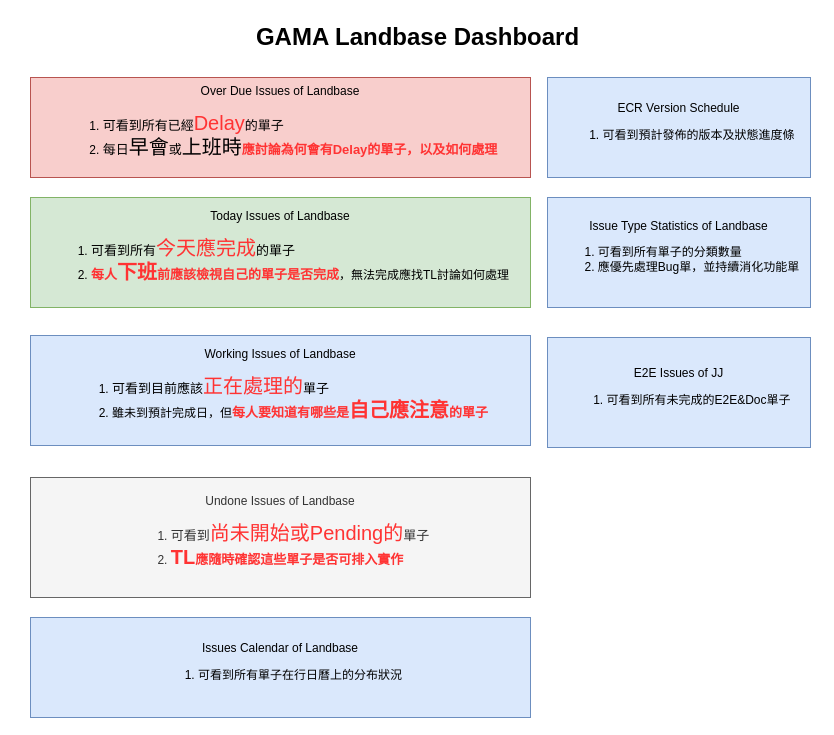
This is Landbase Dashbase.drawio from pingle1202/JiraFlow, a draw.io file, before an edit. Source tidied: cells renumbered, new cells numbered last; positions are measured from the earlier drawing's top-left corner, leaving out a move shared by most shapes. Both pictures are drawn from the tidied source at 100%, with x=0, y=0 at pixel (17, 17).
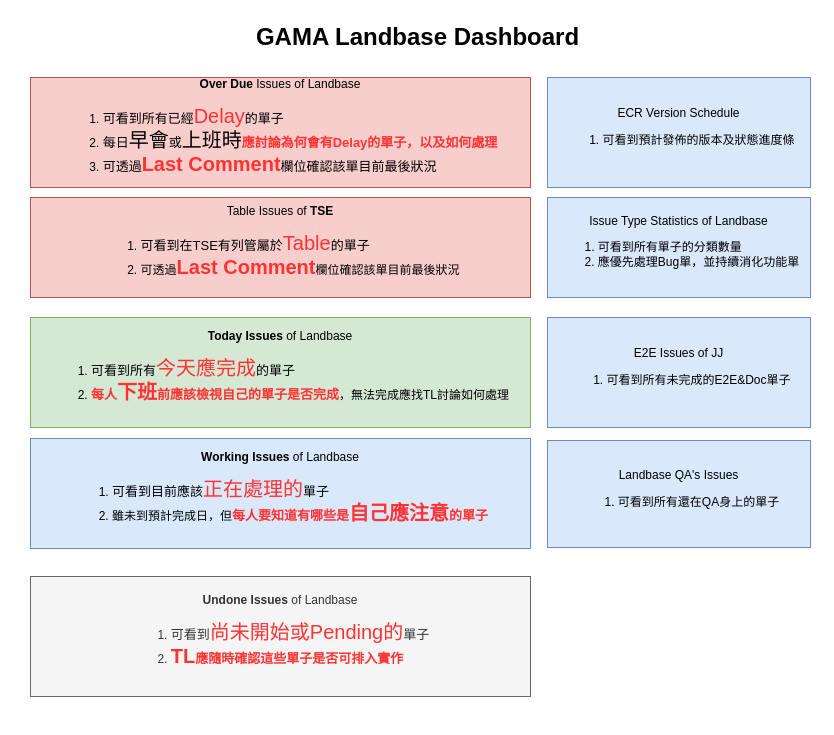
The same diagram, later.

The edit, as a diff of the source:
```diff
@@
 <mxGraphModel>
   <root>
     <mxCell id="0" />
     <mxCell id="1" parent="0" />
-    <mxCell id="2" value="Over Due Issues of Landbase&lt;br&gt;&lt;ol&gt;&lt;li style=&quot;text-align: left&quot;&gt;&lt;span style=&quot;font-size: 13px&quot;&gt;可看到所有已經&lt;/span&gt;&lt;font style=&quot;font-size: 20px&quot; color=&quot;#ff3333&quot;&gt;Delay&lt;/font&gt;&lt;span style=&quot;font-size: 13px&quot;&gt;的單子&lt;/span&gt;&lt;/li&gt;&lt;li style=&quot;text-align: left&quot;&gt;&lt;span style=&quot;font-size: 13px&quot;&gt;每日&lt;/span&gt;&lt;font style=&quot;font-size: 20px&quot;&gt;早會&lt;/font&gt;&lt;span style=&quot;font-size: 13px&quot;&gt;或&lt;/span&gt;&lt;font style=&quot;font-size: 20px&quot;&gt;上班時&lt;/font&gt;&lt;font color=&quot;#ff3333&quot; style=&quot;font-size: 13px&quot;&gt;&lt;b&gt;應討論為何會有Delay的單子，以及如何處理&lt;/b&gt;&lt;/font&gt;&lt;/li&gt;&lt;/ol&gt;" style="rounded=0;whiteSpace=wrap;html=1;fillColor=#f8cecc;strokeColor=#b85450;" parent="1" vertex="1">
-      <mxGeometry x="13" y="60" width="500" height="100" as="geometry" />
+    <mxCell id="2" value="&lt;b&gt;Over Due&lt;/b&gt; Issues of Landbase&lt;br&gt;&lt;ol&gt;&lt;li style=&quot;text-align: left&quot;&gt;&lt;span style=&quot;font-size: 13px&quot;&gt;可看到所有已經&lt;/span&gt;&lt;font style=&quot;font-size: 20px&quot; color=&quot;#ff3333&quot;&gt;Delay&lt;/font&gt;&lt;span style=&quot;font-size: 13px&quot;&gt;的單子&lt;/span&gt;&lt;/li&gt;&lt;li style=&quot;text-align: left&quot;&gt;&lt;span style=&quot;font-size: 13px&quot;&gt;每日&lt;/span&gt;&lt;font style=&quot;font-size: 20px&quot;&gt;早會&lt;/font&gt;&lt;span style=&quot;font-size: 13px&quot;&gt;或&lt;/span&gt;&lt;font style=&quot;font-size: 20px&quot;&gt;上班時&lt;/font&gt;&lt;font color=&quot;#ff3333&quot; style=&quot;font-size: 13px&quot;&gt;&lt;b&gt;應討論為何會有Delay的單子，以及如何處理&lt;/b&gt;&lt;/font&gt;&lt;/li&gt;&lt;li style=&quot;text-align: left&quot;&gt;&lt;span style=&quot;font-size: 13px&quot;&gt;可透過&lt;b style=&quot;font-size: 12px&quot;&gt;&lt;font color=&quot;#ff3333&quot; style=&quot;font-size: 20px&quot;&gt;Last Comment&lt;/font&gt;&lt;/b&gt;欄位確認該單目前最後狀況&lt;/span&gt;&lt;/li&gt;&lt;/ol&gt;" style="rounded=0;whiteSpace=wrap;html=1;fillColor=#f8cecc;strokeColor=#b85450;" parent="1" vertex="1">
+      <mxGeometry x="13" y="60" width="500" height="110" as="geometry" />
     </mxCell>
     <mxCell id="3" value="ECR Version Schedule&lt;br&gt;&lt;div style=&quot;text-align: left&quot;&gt;&lt;ol&gt;&lt;li&gt;可看到預計發佈的版本及狀態進度條&lt;/li&gt;&lt;/ol&gt;&lt;/div&gt;" style="rounded=0;whiteSpace=wrap;html=1;fillColor=#dae8fc;strokeColor=#6c8ebf;" parent="1" vertex="1">
-      <mxGeometry x="530" y="60" width="263" height="100" as="geometry" />
+      <mxGeometry x="530" y="60" width="263" height="110" as="geometry" />
     </mxCell>
-    <mxCell id="4" value="Today Issues of Landbase&lt;br&gt;&lt;ol&gt;&lt;li style=&quot;text-align: left&quot;&gt;&lt;span style=&quot;font-size: 13px&quot;&gt;可看到所有&lt;/span&gt;&lt;font style=&quot;font-size: 20px&quot; color=&quot;#ff3333&quot;&gt;今天應完成&lt;/font&gt;&lt;span style=&quot;font-size: 13px&quot;&gt;的單子&lt;/span&gt;&lt;/li&gt;&lt;li style=&quot;text-align: left&quot;&gt;&lt;font color=&quot;#ff3333&quot;&gt;&lt;b&gt;&lt;span style=&quot;font-size: 13px&quot;&gt;每人&lt;/span&gt;&lt;font style=&quot;font-size: 20px&quot;&gt;下班&lt;/font&gt;&lt;span style=&quot;font-size: 13px&quot;&gt;前應該檢視自己的單子是否完成&lt;/span&gt;&lt;/b&gt;&lt;/font&gt;，無法完成應找TL討論如何處理&lt;/li&gt;&lt;/ol&gt;" style="rounded=0;whiteSpace=wrap;html=1;fillColor=#d5e8d4;strokeColor=#82b366;" parent="1" vertex="1">
-      <mxGeometry x="13" y="180" width="500" height="110" as="geometry" />
+    <mxCell id="4" value="&lt;b&gt;Today Issues&lt;/b&gt; of Landbase&lt;br&gt;&lt;ol&gt;&lt;li style=&quot;text-align: left&quot;&gt;&lt;span style=&quot;font-size: 13px&quot;&gt;可看到所有&lt;/span&gt;&lt;font style=&quot;font-size: 20px&quot; color=&quot;#ff3333&quot;&gt;今天應完成&lt;/font&gt;&lt;span style=&quot;font-size: 13px&quot;&gt;的單子&lt;/span&gt;&lt;/li&gt;&lt;li style=&quot;text-align: left&quot;&gt;&lt;font color=&quot;#ff3333&quot;&gt;&lt;b&gt;&lt;span style=&quot;font-size: 13px&quot;&gt;每人&lt;/span&gt;&lt;font style=&quot;font-size: 20px&quot;&gt;下班&lt;/font&gt;&lt;span style=&quot;font-size: 13px&quot;&gt;前應該檢視自己的單子是否完成&lt;/span&gt;&lt;/b&gt;&lt;/font&gt;，無法完成應找TL討論如何處理&lt;/li&gt;&lt;/ol&gt;" style="rounded=0;whiteSpace=wrap;html=1;fillColor=#d5e8d4;strokeColor=#82b366;" parent="1" vertex="1">
+      <mxGeometry x="13" y="300" width="500" height="110" as="geometry" />
     </mxCell>
     <mxCell id="5" value="Issue Type Statistics of Landbase&lt;br&gt;&lt;div style=&quot;text-align: left&quot;&gt;&lt;ol&gt;&lt;li&gt;可看到所有單子的分類數量&lt;/li&gt;&lt;li&gt;應優先處理Bug單，並持續消化功能單&lt;/li&gt;&lt;/ol&gt;&lt;/div&gt;" style="rounded=0;whiteSpace=wrap;html=1;fillColor=#dae8fc;strokeColor=#6c8ebf;" parent="1" vertex="1">
-      <mxGeometry x="530" y="180" width="263" height="110" as="geometry" />
+      <mxGeometry x="530" y="180" width="263" height="100" as="geometry" />
     </mxCell>
     <mxCell id="6" value="E2E Issues of JJ&lt;br&gt;&lt;ol&gt;&lt;li style=&quot;text-align: left&quot;&gt;可看到所有未完成的E2E&amp;amp;Doc單子&lt;/li&gt;&lt;/ol&gt;" style="rounded=0;whiteSpace=wrap;html=1;fillColor=#dae8fc;strokeColor=#6c8ebf;" parent="1" vertex="1">
-      <mxGeometry x="530" y="320" width="263" height="110" as="geometry" />
+      <mxGeometry x="530" y="300" width="263" height="110" as="geometry" />
     </mxCell>
-    <mxCell id="7" value="Working Issues of Landbase&lt;br&gt;&lt;ol&gt;&lt;li style=&quot;text-align: left&quot;&gt;&lt;span style=&quot;font-size: 13px&quot;&gt;可看到目前應該&lt;/span&gt;&lt;font style=&quot;font-size: 20px&quot; color=&quot;#ff3333&quot;&gt;正在處理的&lt;/font&gt;&lt;span style=&quot;font-size: 13px&quot;&gt;單子&lt;/span&gt;&lt;/li&gt;&lt;li style=&quot;text-align: left&quot;&gt;雖未到預計完成日，但&lt;b&gt;&lt;font color=&quot;#ff3333&quot;&gt;&lt;span style=&quot;font-size: 13px&quot;&gt;每人要知道有哪些是&lt;/span&gt;&lt;font style=&quot;font-size: 20px&quot;&gt;自己應注意&lt;/font&gt;&lt;span style=&quot;font-size: 13px&quot;&gt;的單子&lt;/span&gt;&lt;/font&gt;&lt;/b&gt;&lt;/li&gt;&lt;/ol&gt;" style="rounded=0;whiteSpace=wrap;html=1;fillColor=#dae8fc;strokeColor=#6c8ebf;" parent="1" vertex="1">
-      <mxGeometry x="13" y="318" width="500" height="110" as="geometry" />
+    <mxCell id="7" value="&lt;b&gt;Working Issues&lt;/b&gt; of Landbase&lt;br&gt;&lt;ol&gt;&lt;li style=&quot;text-align: left&quot;&gt;&lt;span style=&quot;font-size: 13px&quot;&gt;可看到目前應該&lt;/span&gt;&lt;font style=&quot;font-size: 20px&quot; color=&quot;#ff3333&quot;&gt;正在處理的&lt;/font&gt;&lt;span style=&quot;font-size: 13px&quot;&gt;單子&lt;/span&gt;&lt;/li&gt;&lt;li style=&quot;text-align: left&quot;&gt;雖未到預計完成日，但&lt;b&gt;&lt;font color=&quot;#ff3333&quot;&gt;&lt;span style=&quot;font-size: 13px&quot;&gt;每人要知道有哪些是&lt;/span&gt;&lt;font style=&quot;font-size: 20px&quot;&gt;自己應注意&lt;/font&gt;&lt;span style=&quot;font-size: 13px&quot;&gt;的單子&lt;/span&gt;&lt;/font&gt;&lt;/b&gt;&lt;/li&gt;&lt;/ol&gt;" style="rounded=0;whiteSpace=wrap;html=1;fillColor=#dae8fc;strokeColor=#6c8ebf;" parent="1" vertex="1">
+      <mxGeometry x="13" y="421" width="500" height="110" as="geometry" />
     </mxCell>
-    <mxCell id="8" value="Undone Issues of Landbase&lt;br&gt;&lt;ol&gt;&lt;li style=&quot;text-align: left&quot;&gt;&lt;span style=&quot;font-size: 13px&quot;&gt;可看到&lt;/span&gt;&lt;font style=&quot;font-size: 20px&quot; color=&quot;#ff3333&quot;&gt;尚未開始或Pending的&lt;/font&gt;&lt;span style=&quot;font-size: 13px&quot;&gt;單子&lt;/span&gt;&lt;/li&gt;&lt;li style=&quot;text-align: left&quot;&gt;&lt;b&gt;&lt;font color=&quot;#ff3333&quot;&gt;&lt;font style=&quot;font-size: 20px&quot;&gt;TL&lt;/font&gt;&lt;span style=&quot;font-size: 13px&quot;&gt;應隨時確認這些單子是否可排入實作&lt;/span&gt;&lt;/font&gt;&lt;/b&gt;&lt;/li&gt;&lt;/ol&gt;" style="rounded=0;whiteSpace=wrap;html=1;fillColor=#f5f5f5;strokeColor=#666666;fontColor=#333333;" parent="1" vertex="1">
-      <mxGeometry x="13" y="460" width="500" height="120" as="geometry" />
+    <mxCell id="8" value="&lt;b&gt;Undone Issues&lt;/b&gt; of Landbase&lt;br&gt;&lt;ol&gt;&lt;li style=&quot;text-align: left&quot;&gt;&lt;span style=&quot;font-size: 13px&quot;&gt;可看到&lt;/span&gt;&lt;font style=&quot;font-size: 20px&quot; color=&quot;#ff3333&quot;&gt;尚未開始或Pending的&lt;/font&gt;&lt;span style=&quot;font-size: 13px&quot;&gt;單子&lt;/span&gt;&lt;/li&gt;&lt;li style=&quot;text-align: left&quot;&gt;&lt;b&gt;&lt;font color=&quot;#ff3333&quot;&gt;&lt;font style=&quot;font-size: 20px&quot;&gt;TL&lt;/font&gt;&lt;span style=&quot;font-size: 13px&quot;&gt;應隨時確認這些單子是否可排入實作&lt;/span&gt;&lt;/font&gt;&lt;/b&gt;&lt;/li&gt;&lt;/ol&gt;" style="rounded=0;whiteSpace=wrap;html=1;fillColor=#f5f5f5;strokeColor=#666666;fontColor=#333333;" parent="1" vertex="1">
+      <mxGeometry x="13" y="559" width="500" height="120" as="geometry" />
     </mxCell>
-    <mxCell id="9" value="Issues Calendar of Landbase&lt;br&gt;&lt;ol&gt;&lt;li style=&quot;text-align: left&quot;&gt;可看到所有單子在行日曆上的分布狀況&lt;/li&gt;&lt;/ol&gt;" style="rounded=0;whiteSpace=wrap;html=1;fillColor=#dae8fc;strokeColor=#6c8ebf;" parent="1" vertex="1">
-      <mxGeometry x="13" y="600" width="500" height="100" as="geometry" />
-    </mxCell>
     <mxCell id="10" value="GAMA Landbase Dashboard" style="text;strokeColor=none;fillColor=none;html=1;fontSize=24;fontStyle=1;verticalAlign=middle;align=center;" parent="1" vertex="1">
       <mxGeometry width="800" height="40" as="geometry" />
     </mxCell>
+    <mxCell id="11" value="Landbase QA's Issues&lt;br&gt;&lt;ol&gt;&lt;li style=&quot;text-align: left&quot;&gt;可看到所有還在QA身上的單子&lt;/li&gt;&lt;/ol&gt;" style="rounded=0;whiteSpace=wrap;html=1;fillColor=#dae8fc;strokeColor=#6c8ebf;" parent="1" vertex="1">
+      <mxGeometry x="530" y="423" width="263" height="107" as="geometry" />
+    </mxCell>
+    <mxCell id="12" value="Table Issues of &lt;b&gt;TSE&lt;/b&gt;&lt;br&gt;&lt;ol&gt;&lt;li style=&quot;text-align: left&quot;&gt;&lt;span style=&quot;font-size: 13px&quot;&gt;可看到在TSE有列管屬於&lt;/span&gt;&lt;font style=&quot;font-size: 20px&quot; color=&quot;#ff3333&quot;&gt;Table&lt;/font&gt;&lt;span style=&quot;font-size: 13px&quot;&gt;的單子&lt;/span&gt;&lt;/li&gt;&lt;li style=&quot;text-align: left&quot;&gt;可透過&lt;b&gt;&lt;font style=&quot;font-size: 20px&quot; color=&quot;#ff3333&quot;&gt;Last Comment&lt;/font&gt;&lt;/b&gt;欄位確認該單目前最後狀況&lt;/li&gt;&lt;/ol&gt;" style="rounded=0;whiteSpace=wrap;html=1;fillColor=#f8cecc;strokeColor=#b85450;" parent="1" vertex="1">
+      <mxGeometry x="13" y="180" width="500" height="100" as="geometry" />
+    </mxCell>
   </root>
 </mxGraphModel>
```
